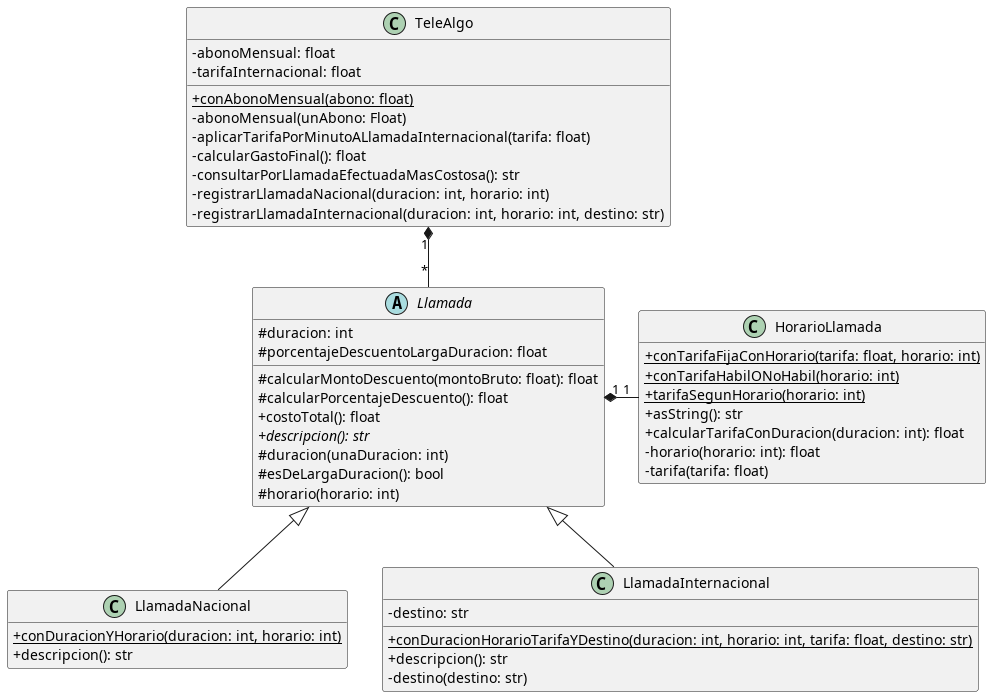
carlosecp/uba-algo3 keeps this PlantUML diagram as tp1/reentrega/diagramas/build/completo.png. Above is the earlier version.
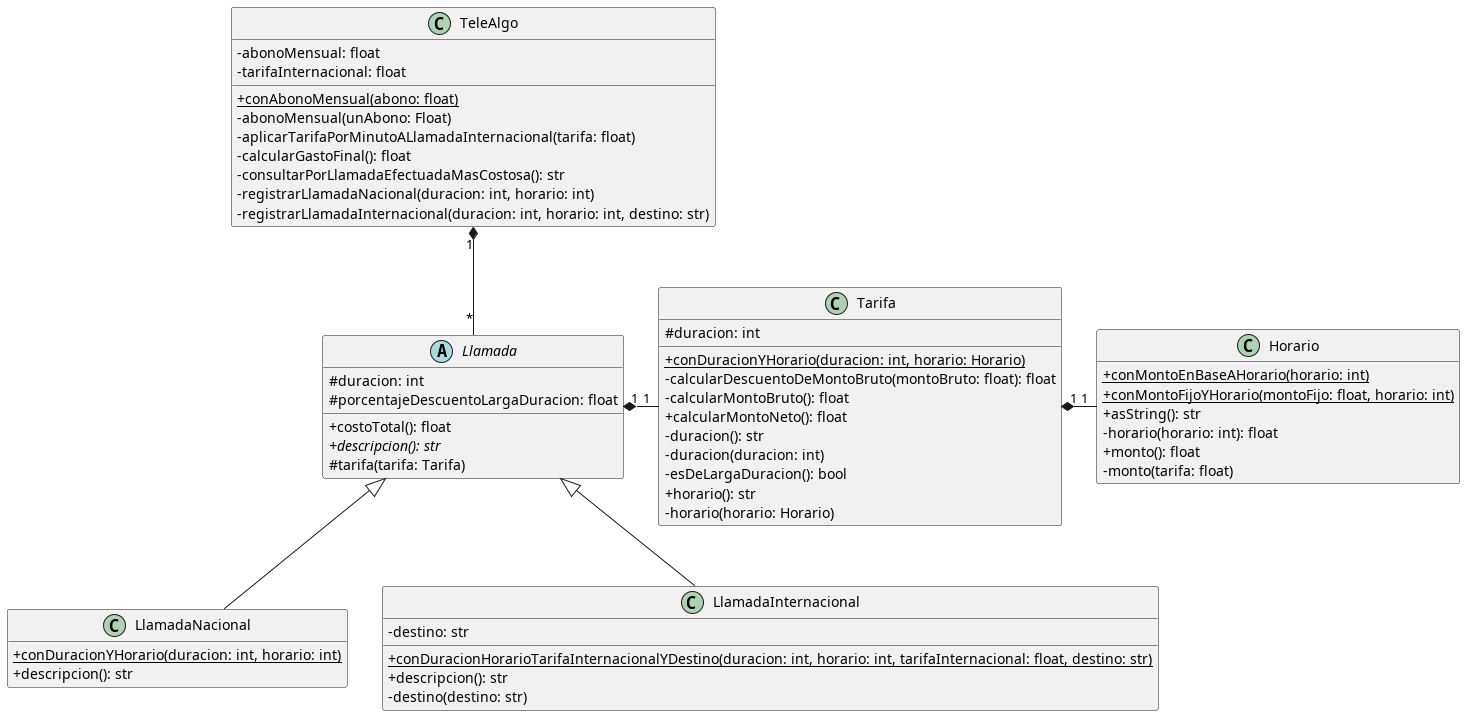
After the change.

Diff of the diagram source:
```diff
@@ -22,13 +22,9 @@
   # duracion: int
 	# porcentajeDescuentoLargaDuracion: float
 
-  # calcularMontoDescuento(montoBruto: float): float
-  # calcularPorcentajeDescuento(): float
   + costoTotal(): float
   {abstract} + descripcion(): str
-  # duracion(unaDuracion: int)
-  # esDeLargaDuracion(): bool
-  # horario(horario: int)
+  # tarifa(tarifa: Tarifa)
 }
 
 Llamada <|-- LlamadaNacional
@@ -42,21 +38,36 @@
 class LlamadaInternacional {
   - destino: str
 
-  {static} + conDuracionHorarioTarifaYDestino(duracion: int, horario: int, tarifa: float, destino: str)
+  {static} + conDuracionHorarioTarifaInternacionalYDestino(duracion: int, horario: int, tarifaInternacional: float, destino: str)
   + descripcion(): str
   - destino(destino: str)
 }
 
-Llamada "1" *-ri- "1" HorarioLlamada
+Llamada "1" *-ri- "1" Tarifa
 
-class HorarioLlamada {
-  {static} + conTarifaFijaConHorario(tarifa: float, horario: int)
-  {static} + conTarifaHabilONoHabil(horario: int)
-  {static} + tarifaSegunHorario(horario: int)
+class Tarifa {
+	# duracion: int
+
+	{static} + conDuracionYHorario(duracion: int, horario: Horario)
+	- calcularDescuentoDeMontoBruto(montoBruto: float): float
+	- calcularMontoBruto(): float
+	+ calcularMontoNeto(): float
+	- duracion(): str
+	- duracion(duracion: int)
+	- esDeLargaDuracion(): bool
+	+ horario(): str
+	- horario(horario: Horario)
+}
+
+Tarifa "1" *-ri- "1" Horario
+
+class Horario {
+  {static} + conMontoEnBaseAHorario(horario: int)
+  {static} + conMontoFijoYHorario(montoFijo: float, horario: int)
 	+ asString(): str
-	+ calcularTarifaConDuracion(duracion: int): float
   - horario(horario: int): float
-  - tarifa(tarifa: float)
+  + monto(): float
+  - monto(tarifa: float)
 }
 
 @enduml
```
